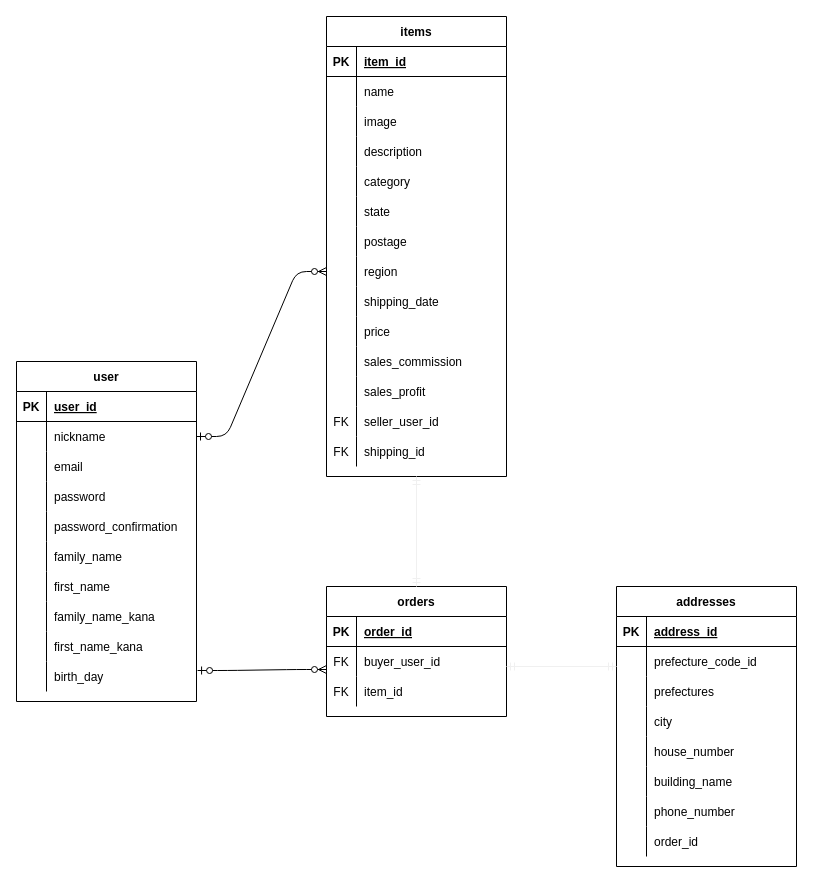
pyontarou/furima-34478 keeps this draw.io diagram as furima-3448.dio. Above is the earlier version. Source tidied: cells renumbered, new cells numbered last; positions are measured from the earlier drawing's top-left corner, leaving out a move shared by most shapes. Both pictures are drawn from the tidied source at 100%, with x=0, y=0 at pixel (16, 16).
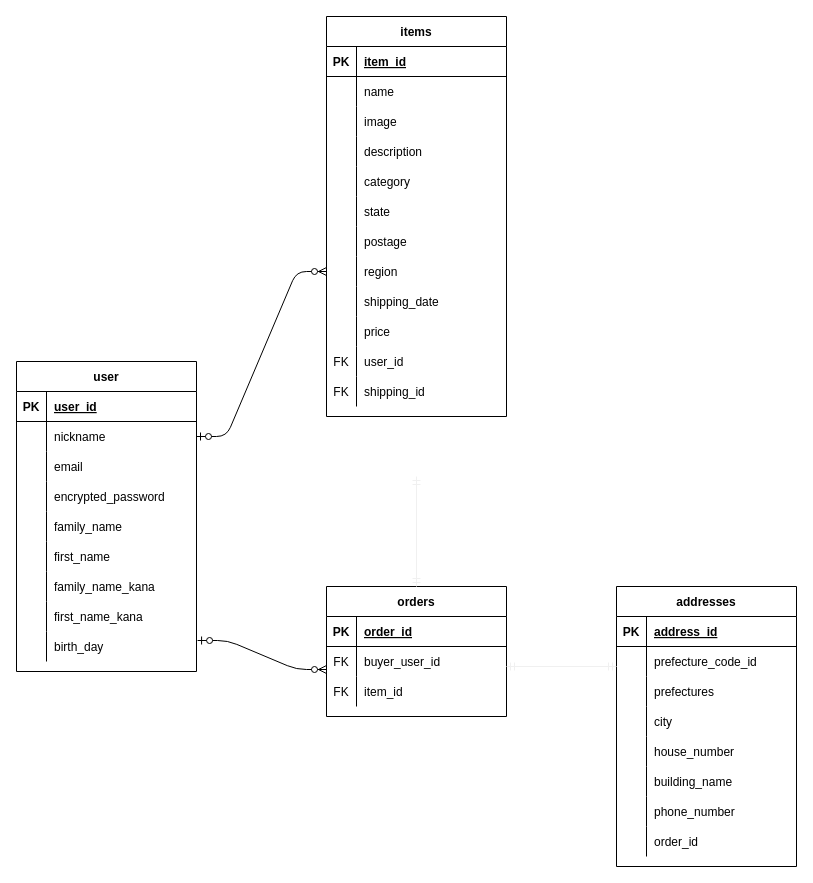
After the change.

Commit message (it also covers changes not shown here):
データベース修正_4

The change refers to these unchanged cells:
```xml
<mxCell id="12" style="shape=partialRectangle;fillColor=none;top=0;left=0;bottom=0;right=0;" parent="2" vertex="1">
  <mxGeometry y="120" width="180" height="30" as="geometry" />
</mxCell>
```

What changed in the source:
```diff
@@
     <mxCell id="2" value="user" style="shape=table;startSize=30;childLayout=tableLayout;rowLines=0;fontStyle=1;align=center;" parent="1" vertex="1">
-      <mxGeometry y="345" width="180" height="340" as="geometry" />
+      <mxGeometry y="345" width="180" height="310" as="geometry" />
     </mxCell>
@@
-    <mxCell id="14" value="password" style="shape=partialRectangle;fillColor=none;top=0;left=0;bottom=0;right=0;align=left;spacingLeft=6;overflow=hidden;" parent="12" vertex="1">
+    <mxCell id="14" value="encrypted_password" style="shape=partialRectangle;fillColor=none;top=0;left=0;bottom=0;right=0;align=left;spacingLeft=6;overflow=hidden;" parent="12" vertex="1">
       <mxGeometry x="30" width="150" height="30" as="geometry" />
     </mxCell>
-    <mxCell id="15" style="shape=partialRectangle;fillColor=none;top=0;left=0;bottom=0;right=0;" parent="2" vertex="1">
-      <mxGeometry y="150" width="180" height="30" as="geometry" />
-    </mxCell>
-    <mxCell id="16" style="shape=partialRectangle;fillColor=none;top=0;left=0;bottom=0;right=0;overflow=hidden;" parent="15" vertex="1">
-      <mxGeometry width="30" height="30" as="geometry" />
-    </mxCell>
-    <mxCell id="17" value="password_confirmation" style="shape=partialRectangle;fillColor=none;top=0;left=0;bottom=0;right=0;align=left;spacingLeft=6;overflow=hidden;" parent="15" vertex="1">
-      <mxGeometry x="30" width="150" height="30" as="geometry" />
-    </mxCell>
     <mxCell id="18" style="shape=partialRectangle;fillColor=none;top=0;left=0;bottom=0;right=0;" parent="2" vertex="1">
-      <mxGeometry y="180" width="180" height="30" as="geometry" />
+      <mxGeometry y="150" width="180" height="30" as="geometry" />
     </mxCell>
@@
     <mxCell id="21" style="shape=partialRectangle;fillColor=none;top=0;left=0;bottom=0;right=0;" parent="2" vertex="1">
-      <mxGeometry y="210" width="180" height="30" as="geometry" />
+      <mxGeometry y="180" width="180" height="30" as="geometry" />
     </mxCell>
@@
     <mxCell id="24" style="shape=partialRectangle;fillColor=none;top=0;left=0;bottom=0;right=0;" parent="2" vertex="1">
-      <mxGeometry y="240" width="180" height="30" as="geometry" />
+      <mxGeometry y="210" width="180" height="30" as="geometry" />
     </mxCell>
@@
     <mxCell id="27" style="shape=partialRectangle;fillColor=none;top=0;left=0;bottom=0;right=0;" parent="2" vertex="1">
-      <mxGeometry y="270" width="180" height="30" as="geometry" />
+      <mxGeometry y="240" width="180" height="30" as="geometry" />
     </mxCell>
@@
     <mxCell id="30" style="shape=partialRectangle;fillColor=none;top=0;left=0;bottom=0;right=0;points=[[0,0.5],[1,0.5]];portConstraint=eastwest;" parent="2" vertex="1">
-      <mxGeometry y="300" width="180" height="30" as="geometry" />
+      <mxGeometry y="270" width="180" height="30" as="geometry" />
     </mxCell>
@@
     <mxCell id="43" value="items" style="shape=table;startSize=30;childLayout=tableLayout;rowLines=0;fontStyle=1;align=center;" parent="1" vertex="1">
-      <mxGeometry x="310" width="180" height="460" as="geometry" />
+      <mxGeometry x="310" width="180" height="400" as="geometry" />
     </mxCell>
@@
-    <mxCell id="74" style="shape=partialRectangle;fillColor=none;top=0;left=0;bottom=0;right=0;" parent="43" vertex="1">
-      <mxGeometry y="330" width="180" height="30" as="geometry" />
-    </mxCell>
-    <mxCell id="75" style="shape=partialRectangle;fillColor=none;top=0;left=0;bottom=0;right=0;overflow=hidden;" parent="74" vertex="1">
-      <mxGeometry width="30" height="30" as="geometry" />
-    </mxCell>
-    <mxCell id="76" value="sales_commission" style="shape=partialRectangle;fillColor=none;top=0;left=0;bottom=0;right=0;align=left;spacingLeft=6;overflow=hidden;" parent="74" vertex="1">
-      <mxGeometry x="30" width="150" height="30" as="geometry" />
-    </mxCell>
-    <mxCell id="77" style="shape=partialRectangle;fillColor=none;top=0;left=0;bottom=0;right=0;" parent="43" vertex="1">
-      <mxGeometry y="360" width="180" height="30" as="geometry" />
-    </mxCell>
-    <mxCell id="78" style="shape=partialRectangle;fillColor=none;top=0;left=0;bottom=0;right=0;overflow=hidden;" parent="77" vertex="1">
-      <mxGeometry width="30" height="30" as="geometry" />
-    </mxCell>
-    <mxCell id="79" value="sales_profit" style="shape=partialRectangle;fillColor=none;top=0;left=0;bottom=0;right=0;align=left;spacingLeft=6;overflow=hidden;" parent="77" vertex="1">
-      <mxGeometry x="30" width="150" height="30" as="geometry" />
-    </mxCell>
     <mxCell id="80" style="shape=partialRectangle;fillColor=none;top=0;left=0;bottom=0;right=0;" parent="43" vertex="1">
-      <mxGeometry y="390" width="180" height="30" as="geometry" />
+      <mxGeometry y="330" width="180" height="30" as="geometry" />
     </mxCell>
@@
-    <mxCell id="82" value="seller_user_id" style="shape=partialRectangle;fillColor=none;top=0;left=0;bottom=0;right=0;align=left;spacingLeft=6;overflow=hidden;" parent="80" vertex="1">
+    <mxCell id="82" value="user_id" style="shape=partialRectangle;fillColor=none;top=0;left=0;bottom=0;right=0;align=left;spacingLeft=6;overflow=hidden;" parent="80" vertex="1">
       <mxGeometry x="30" width="150" height="30" as="geometry" />
     </mxCell>
     <mxCell id="83" style="shape=partialRectangle;fillColor=none;top=0;left=0;bottom=0;right=0;" parent="43" vertex="1">
-      <mxGeometry y="420" width="180" height="30" as="geometry" />
+      <mxGeometry y="360" width="180" height="30" as="geometry" />
     </mxCell>
```
